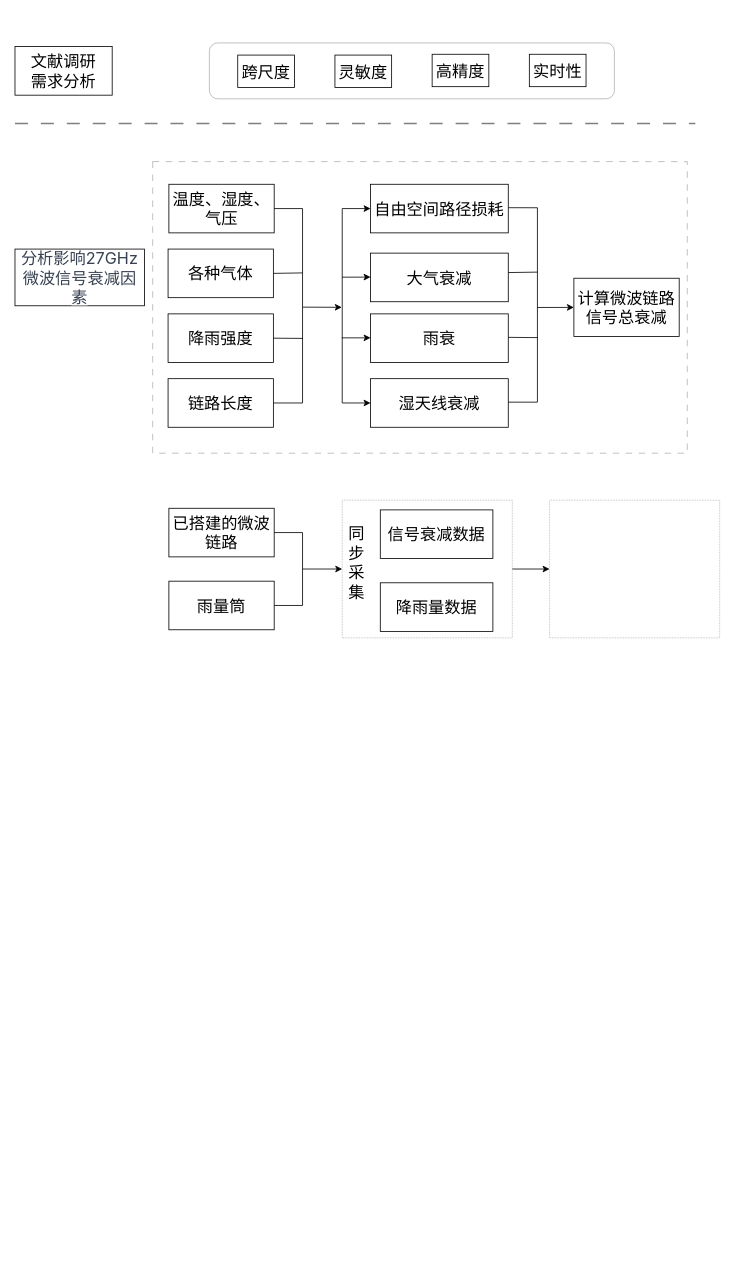
Earlier version of the draw.io diagram 技术路线.drawio (Lu-Ming-Song/C). Source tidied: cells renumbered, new cells numbered last; positions are measured from the earlier drawing's top-left corner, leaving out a move shared by most shapes. Both pictures are drawn from the tidied source at 81%, with x=0, y=0 at pixel (15, 43).
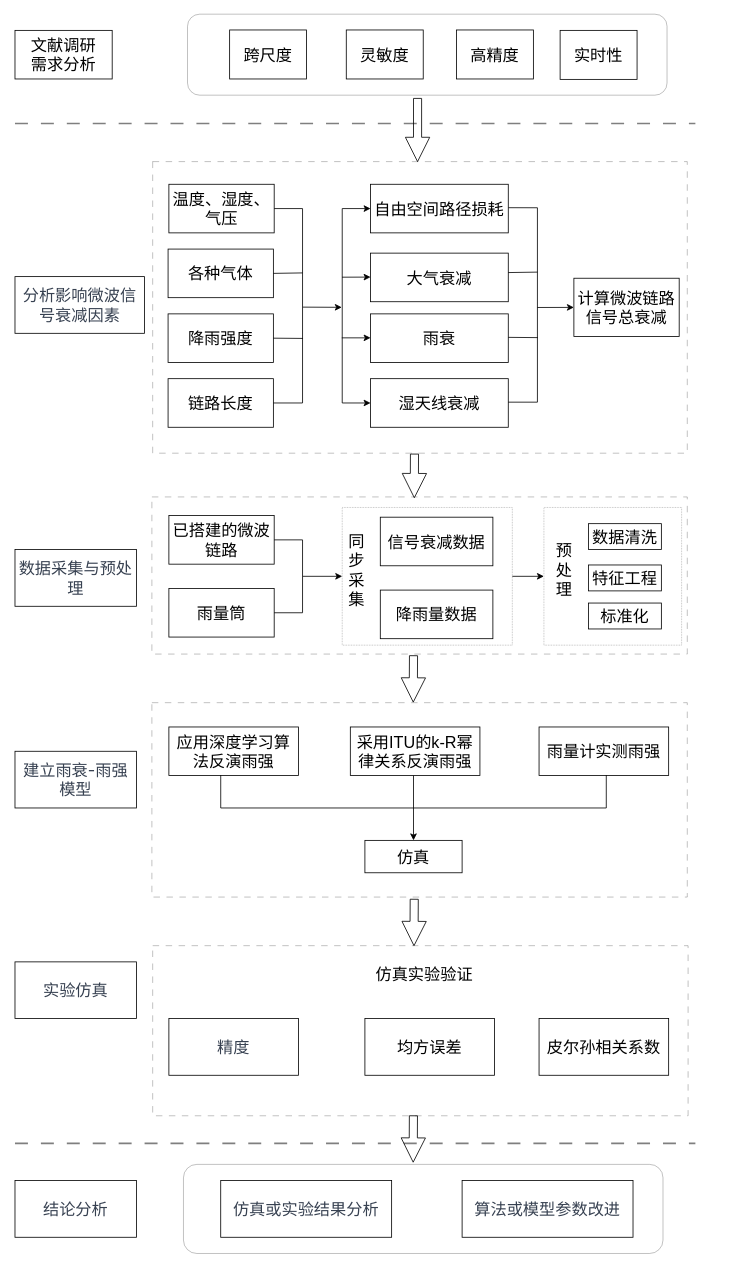
After the change.

Commit message:
更新技术路线.drawio

What changed in the source:
```diff
@@
+    <mxCell id="49" style="rounded=1;whiteSpace=wrap;html=1;opacity=30;" parent="1" vertex="1">
+      <mxGeometry x="213" y="-36" width="592" height="100" as="geometry" />
+    </mxCell>
+    <mxCell id="50" style="rounded=0;whiteSpace=wrap;html=1;dashed=1;dashPattern=8 8;opacity=30;" parent="1" vertex="1">
+      <mxGeometry x="169" y="814" width="661" height="240" as="geometry" />
+    </mxCell>
+    <mxCell id="51" style="rounded=0;whiteSpace=wrap;html=1;dashed=1;dashPattern=8 8;opacity=30;" parent="1" vertex="1">
+      <mxGeometry x="169" y="560" width="661" height="194" as="geometry" />
+    </mxCell>
     <mxCell id="2" value="&lt;font style=&quot;font-size: 20px;&quot;&gt;文献调研&lt;/font&gt;&lt;div style=&quot;font-size: 20px;&quot;&gt;需求分析&lt;/div&gt;" style="whiteSpace=wrap;html=1;" parent="1" vertex="1">
-      <mxGeometry y="4" width="120" height="60" as="geometry" />
+      <mxGeometry y="-16" width="120" height="60" as="geometry" />
     </mxCell>
@@
-    <mxCell id="5" style="rounded=1;whiteSpace=wrap;html=1;opacity=30;" parent="1" vertex="1">
-      <mxGeometry x="240" y="-0.5" width="500" height="69" as="geometry" />
-    </mxCell>
-    <mxCell id="6" value="&lt;span style=&quot;color: rgb(55, 65, 81); font-family: -apple-system, BlinkMacSystemFont, Inter, ui-sans-serif, system-ui, &amp;quot;Segoe UI&amp;quot;, Roboto, Ubuntu, Cantarell, &amp;quot;Noto Sans&amp;quot;, sans-serif, &amp;quot;Helvetica Neue&amp;quot;, Arial, &amp;quot;Apple Color Emoji&amp;quot;, &amp;quot;Segoe UI Emoji&amp;quot;, &amp;quot;Segoe UI Symbol&amp;quot;, &amp;quot;Noto Color Emoji&amp;quot;; text-align: start; white-space-collapse: preserve-breaks; background-color: rgb(255, 255, 255);&quot;&gt;&lt;font style=&quot;font-size: 20px;&quot;&gt;分析影响27GHz微波信号衰减因素&lt;/font&gt;&lt;/span&gt;" style="whiteSpace=wrap;html=1;" parent="1" vertex="1">
-      <mxGeometry y="254" width="160" height="70" as="geometry" />
+    <mxCell id="6" value="&lt;span style=&quot;color: rgb(55, 65, 81); font-family: -apple-system, BlinkMacSystemFont, Inter, ui-sans-serif, system-ui, &amp;quot;Segoe UI&amp;quot;, Roboto, Ubuntu, Cantarell, &amp;quot;Noto Sans&amp;quot;, sans-serif, &amp;quot;Helvetica Neue&amp;quot;, Arial, &amp;quot;Apple Color Emoji&amp;quot;, &amp;quot;Segoe UI Emoji&amp;quot;, &amp;quot;Segoe UI Symbol&amp;quot;, &amp;quot;Noto Color Emoji&amp;quot;; text-align: start; white-space-collapse: preserve-breaks; background-color: rgb(255, 255, 255);&quot;&gt;&lt;font style=&quot;font-size: 20px;&quot;&gt;分析影响微波信号衰减因素&lt;/font&gt;&lt;/span&gt;" style="whiteSpace=wrap;html=1;" parent="1" vertex="1">
+      <mxGeometry y="288" width="160" height="70" as="geometry" />
     </mxCell>
@@
     <mxCell id="33" value="&lt;font style=&quot;font-size: 20px;&quot;&gt;&lt;font style=&quot;font-size: 20px;&quot;&gt;跨尺&lt;/font&gt;度&lt;/font&gt;" style="whiteSpace=wrap;html=1;" parent="1" vertex="1">
-      <mxGeometry x="275" y="14.5" width="70" height="40" as="geometry" />
+      <mxGeometry x="265" y="-16.5" width="95" height="60.5" as="geometry" />
     </mxCell>
-    <mxCell id="34" value="&lt;font style=&quot;font-size: 20px;&quot;&gt;灵敏度&lt;/font&gt;" style="whiteSpace=wrap;html=1;" parent="1" vertex="1">
-      <mxGeometry x="395" y="14.5" width="70" height="40" as="geometry" />
-    </mxCell>
-    <mxCell id="35" value="&lt;font style=&quot;font-size: 20px;&quot;&gt;&lt;font style=&quot;font-size: 20px;&quot;&gt;高精度&lt;/font&gt;&lt;/font&gt;" style="whiteSpace=wrap;html=1;" parent="1" vertex="1">
-      <mxGeometry x="515" y="13.5" width="70" height="40" as="geometry" />
-    </mxCell>
-    <mxCell id="36" value="&lt;span style=&quot;font-size: 20px;&quot;&gt;实时性&lt;/span&gt;" style="whiteSpace=wrap;html=1;" parent="1" vertex="1">
-      <mxGeometry x="635" y="13.5" width="70" height="40" as="geometry" />
-    </mxCell>
     <mxCell id="37" value="&lt;span style=&quot;font-size: 20px;&quot;&gt;已搭建的微波链路&lt;/span&gt;" style="rounded=0;whiteSpace=wrap;html=1;" parent="1" vertex="1">
-      <mxGeometry x="190" y="574" width="130" height="60" as="geometry" />
+      <mxGeometry x="190" y="583" width="130" height="60" as="geometry" />
     </mxCell>
     <mxCell id="38" value="&lt;span style=&quot;font-size: 20px;&quot;&gt;雨量筒&lt;/span&gt;" style="rounded=0;whiteSpace=wrap;html=1;" parent="1" vertex="1">
-      <mxGeometry x="190" y="664" width="130" height="60" as="geometry" />
+      <mxGeometry x="190" y="673" width="130" height="60" as="geometry" />
     </mxCell>
     <mxCell id="39" style="line;strokeWidth=1;direction=south;html=1;" parent="1" vertex="1">
-      <mxGeometry x="350" y="604" width="10" height="90" as="geometry" />
+      <mxGeometry x="350" y="613" width="10" height="90" as="geometry" />
     </mxCell>
@@
     <mxCell id="43" style="rounded=0;whiteSpace=wrap;html=1;dashed=1;dashPattern=1 1;opacity=30;" parent="1" vertex="1">
-      <mxGeometry x="404" y="564" width="210" height="170" as="geometry" />
+      <mxGeometry x="404" y="573" width="210" height="170" as="geometry" />
     </mxCell>
     <mxCell id="44" value="&lt;span style=&quot;font-size: 20px;&quot;&gt;信号衰减数据&lt;/span&gt;" style="rounded=0;whiteSpace=wrap;html=1;" parent="1" vertex="1">
-      <mxGeometry x="451" y="576" width="139" height="60" as="geometry" />
+      <mxGeometry x="451" y="585" width="139" height="60" as="geometry" />
     </mxCell>
     <mxCell id="45" value="&lt;span style=&quot;font-size: 20px;&quot;&gt;降雨量数据&lt;/span&gt;" style="rounded=0;whiteSpace=wrap;html=1;" parent="1" vertex="1">
-      <mxGeometry x="451" y="666" width="139" height="60" as="geometry" />
+      <mxGeometry x="451" y="675" width="139" height="60" as="geometry" />
     </mxCell>
     <mxCell id="46" value="&lt;font style=&quot;font-size: 20px;&quot;&gt;同步采集&lt;/font&gt;" style="text;html=1;align=center;verticalAlign=middle;whiteSpace=wrap;rounded=0;" parent="1" vertex="1">
-      <mxGeometry x="417" y="586" width="10" height="110" as="geometry" />
+      <mxGeometry x="417" y="595" width="10" height="110" as="geometry" />
     </mxCell>
     <mxCell id="47" style="rounded=0;whiteSpace=wrap;html=1;dashed=1;dashPattern=1 1;opacity=30;" parent="1" vertex="1">
-      <mxGeometry x="660" y="564" width="210" height="170" as="geometry" />
+      <mxGeometry x="653" y="573" width="170" height="170" as="geometry" />
     </mxCell>
@@
+    <mxCell id="52" value="&lt;span style=&quot;font-size: 20px;&quot;&gt;预处理&lt;/span&gt;" style="text;html=1;align=center;verticalAlign=middle;whiteSpace=wrap;rounded=0;" parent="1" vertex="1">
+      <mxGeometry x="673" y="595" width="10" height="110" as="geometry" />
+    </mxCell>
+    <mxCell id="53" value="&lt;span style=&quot;font-size: 20px;&quot;&gt;数据清洗&lt;/span&gt;" style="rounded=0;whiteSpace=wrap;html=1;" parent="1" vertex="1">
+      <mxGeometry x="708" y="593" width="90" height="32" as="geometry" />
+    </mxCell>
+    <mxCell id="54" value="&lt;span style=&quot;font-size: 20px;&quot;&gt;特征工程&lt;/span&gt;" style="rounded=0;whiteSpace=wrap;html=1;" parent="1" vertex="1">
+      <mxGeometry x="708" y="644" width="90" height="32" as="geometry" />
+    </mxCell>
+    <mxCell id="55" value="&lt;span style=&quot;font-size: 20px;&quot;&gt;标准化&lt;/span&gt;" style="rounded=0;whiteSpace=wrap;html=1;" parent="1" vertex="1">
+      <mxGeometry x="708" y="691" width="90" height="32" as="geometry" />
+    </mxCell>
+    <mxCell id="56" style="endArrow=none;html=1;rounded=0;shape=arrow;exitX=0.52;exitY=1.003;exitDx=0;exitDy=0;exitPerimeter=0;" parent="1" edge="1">
+      <mxGeometry relative="1" as="geometry">
+        <mxPoint x="493.2" y="507.1" as="sourcePoint" />
+        <mxPoint x="493" y="561" as="targetPoint" />
+      </mxGeometry>
+    </mxCell>
+    <mxCell id="57" value="&lt;div style=&quot;&quot;&gt;&lt;font face=&quot;-apple-system, BlinkMacSystemFont, Inter, ui-sans-serif, system-ui, Segoe UI, Roboto, Ubuntu, Cantarell, Noto Sans, sans-serif, Helvetica Neue, Arial, Apple Color Emoji, Segoe UI Emoji, Segoe UI Symbol, Noto Color Emoji&quot; color=&quot;#374151&quot;&gt;&lt;span style=&quot;font-size: 20px; white-space-collapse: preserve-breaks; background-color: rgb(255, 255, 255);&quot;&gt;数据采集与预处理&lt;/span&gt;&lt;/font&gt;&lt;/div&gt;" style="whiteSpace=wrap;html=1;align=center;" parent="1" vertex="1">
+      <mxGeometry y="625" width="150" height="70" as="geometry" />
+    </mxCell>
+    <mxCell id="58" value="&lt;div style=&quot;&quot;&gt;&lt;font face=&quot;-apple-system, BlinkMacSystemFont, Inter, ui-sans-serif, system-ui, Segoe UI, Roboto, Ubuntu, Cantarell, Noto Sans, sans-serif, Helvetica Neue, Arial, Apple Color Emoji, Segoe UI Emoji, Segoe UI Symbol, Noto Color Emoji&quot; color=&quot;#374151&quot;&gt;&lt;span style=&quot;font-size: 20px; white-space-collapse: preserve-breaks; background-color: rgb(255, 255, 255);&quot;&gt;建立雨衰-雨强模型&lt;/span&gt;&lt;/font&gt;&lt;/div&gt;" style="whiteSpace=wrap;html=1;align=center;" parent="1" vertex="1">
+      <mxGeometry y="874" width="150" height="70" as="geometry" />
+    </mxCell>
+    <mxCell id="59" value="&lt;span style=&quot;font-size: 20px;&quot;&gt;应用深度学习算法反演雨强&lt;/span&gt;" style="rounded=0;whiteSpace=wrap;html=1;" parent="1" vertex="1">
+      <mxGeometry x="190" y="844" width="160" height="60" as="geometry" />
+    </mxCell>
+    <mxCell id="60" value="&lt;span style=&quot;font-size: 20px;&quot;&gt;采用ITU的k-R幂律关系反演雨强&lt;/span&gt;" style="rounded=0;whiteSpace=wrap;html=1;" parent="1" vertex="1">
+      <mxGeometry x="414" y="844" width="160" height="60" as="geometry" />
+    </mxCell>
+    <mxCell id="61" value="&lt;span style=&quot;font-size: 20px;&quot;&gt;雨量计实测雨强&lt;/span&gt;" style="rounded=0;whiteSpace=wrap;html=1;" parent="1" vertex="1">
+      <mxGeometry x="647" y="844" width="160" height="60" as="geometry" />
+    </mxCell>
+    <mxCell id="62" style="shape=partialRectangle;whiteSpace=wrap;html=1;bottom=1;right=1;left=1;top=0;fillColor=none;routingCenterX=-0.5;" parent="1" vertex="1">
+      <mxGeometry x="254" y="904" width="476" height="40" as="geometry" />
+    </mxCell>
+    <mxCell id="63" value="&lt;span style=&quot;font-size: 20px;&quot;&gt;仿真&lt;/span&gt;" style="rounded=0;whiteSpace=wrap;html=1;" parent="1" vertex="1">
+      <mxGeometry x="432" y="984" width="120" height="40" as="geometry" />
+    </mxCell>
+    <mxCell id="64" style="endArrow=classic;html=1;rounded=0;exitX=0.5;exitY=0;exitDx=0;exitDy=0;" parent="1" edge="1" source="62" target="63">
+      <mxGeometry relative="1" as="geometry" />
+    </mxCell>
+    <mxCell id="65" style="endArrow=none;html=1;rounded=0;shape=arrow;exitX=0.52;exitY=1.003;exitDx=0;exitDy=0;exitPerimeter=0;entryX=0.52;entryY=-0.007;entryDx=0;entryDy=0;entryPerimeter=0;" parent="1" edge="1">
+      <mxGeometry relative="1" as="geometry">
+        <mxPoint x="492" y="756" as="sourcePoint" />
+        <mxPoint x="491.7" y="813.3" as="targetPoint" />
+      </mxGeometry>
+    </mxCell>
+    <mxCell id="66" style="endArrow=none;html=1;rounded=0;shape=arrow;" parent="1" edge="1">
+      <mxGeometry relative="1" as="geometry">
+        <mxPoint x="497" y="68" as="sourcePoint" />
+        <mxPoint x="497" y="146" as="targetPoint" />
+      </mxGeometry>
+    </mxCell>
+    <mxCell id="67" value="&lt;div style=&quot;&quot;&gt;&lt;font face=&quot;-apple-system, BlinkMacSystemFont, Inter, ui-sans-serif, system-ui, Segoe UI, Roboto, Ubuntu, Cantarell, Noto Sans, sans-serif, Helvetica Neue, Arial, Apple Color Emoji, Segoe UI Emoji, Segoe UI Symbol, Noto Color Emoji&quot; color=&quot;#374151&quot;&gt;&lt;span style=&quot;font-size: 20px; white-space-collapse: preserve-breaks; background-color: rgb(255, 255, 255);&quot;&gt;实验仿真&lt;/span&gt;&lt;/font&gt;&lt;/div&gt;" style="whiteSpace=wrap;html=1;align=center;" parent="1" vertex="1">
+      <mxGeometry y="1134" width="150" height="70" as="geometry" />
+    </mxCell>
+    <mxCell id="68" style="rounded=0;whiteSpace=wrap;html=1;dashed=1;dashPattern=8 8;opacity=30;" parent="1" vertex="1">
+      <mxGeometry x="170" y="1114" width="661" height="210" as="geometry" />
+    </mxCell>
+    <mxCell id="69" value="&lt;font style=&quot;font-size: 20px;&quot;&gt;仿真实验验证&lt;/font&gt;" style="text;html=1;align=center;verticalAlign=middle;whiteSpace=wrap;rounded=0;" parent="1" vertex="1">
+      <mxGeometry x="414" y="1134" width="183" height="30" as="geometry" />
+    </mxCell>
+    <mxCell id="70" value="&lt;div style=&quot;&quot;&gt;&lt;font face=&quot;-apple-system, BlinkMacSystemFont, Inter, ui-sans-serif, system-ui, Segoe UI, Roboto, Ubuntu, Cantarell, Noto Sans, sans-serif, Helvetica Neue, Arial, Apple Color Emoji, Segoe UI Emoji, Segoe UI Symbol, Noto Color Emoji&quot; color=&quot;#374151&quot;&gt;&lt;span style=&quot;font-size: 20px; white-space-collapse: preserve-breaks; background-color: rgb(255, 255, 255);&quot;&gt;精度&lt;/span&gt;&lt;/font&gt;&lt;/div&gt;" style="whiteSpace=wrap;html=1;align=center;" parent="1" vertex="1">
+      <mxGeometry x="190" y="1204" width="160" height="70" as="geometry" />
+    </mxCell>
+    <mxCell id="71" value="&lt;font style=&quot;font-size: 20px;&quot;&gt;均方误差&lt;/font&gt;" style="whiteSpace=wrap;html=1;align=center;" parent="1" vertex="1">
+      <mxGeometry x="432" y="1204" width="160" height="70" as="geometry" />
+    </mxCell>
+    <mxCell id="72" value="&lt;div style=&quot;text-align: start;&quot;&gt;&lt;font style=&quot;font-size: 20px;&quot;&gt;皮尔孙相关系数&lt;/font&gt;&lt;/div&gt;" style="whiteSpace=wrap;html=1;align=center;" parent="1" vertex="1">
+      <mxGeometry x="647" y="1204" width="160" height="70" as="geometry" />
+    </mxCell>
+    <mxCell id="73" value="&lt;div style=&quot;&quot;&gt;&lt;font face=&quot;-apple-system, BlinkMacSystemFont, Inter, ui-sans-serif, system-ui, Segoe UI, Roboto, Ubuntu, Cantarell, Noto Sans, sans-serif, Helvetica Neue, Arial, Apple Color Emoji, Segoe UI Emoji, Segoe UI Symbol, Noto Color Emoji&quot; color=&quot;#374151&quot;&gt;&lt;span style=&quot;font-size: 20px; white-space-collapse: preserve-breaks; background-color: rgb(255, 255, 255);&quot;&gt;结论分析&lt;/span&gt;&lt;/font&gt;&lt;/div&gt;" style="whiteSpace=wrap;html=1;align=center;" parent="1" vertex="1">
+      <mxGeometry y="1404" width="150" height="70" as="geometry" />
+    </mxCell>
+    <mxCell id="74" style="line;strokeWidth=2;html=1;perimeter=backbonePerimeter;opacity=50;dashed=1;dashPattern=8 8;" parent="1" vertex="1">
+      <mxGeometry y="1353" width="840" height="10" as="geometry" />
+    </mxCell>
+    <mxCell id="75" style="rounded=1;whiteSpace=wrap;html=1;opacity=30;" parent="1" vertex="1">
+      <mxGeometry x="208" y="1384" width="592" height="110" as="geometry" />
+    </mxCell>
+    <mxCell id="76" value="&lt;div style=&quot;&quot;&gt;&lt;font face=&quot;-apple-system, BlinkMacSystemFont, Inter, ui-sans-serif, system-ui, Segoe UI, Roboto, Ubuntu, Cantarell, Noto Sans, sans-serif, Helvetica Neue, Arial, Apple Color Emoji, Segoe UI Emoji, Segoe UI Symbol, Noto Color Emoji&quot; color=&quot;#374151&quot;&gt;&lt;span style=&quot;font-size: 20px; white-space-collapse: preserve-breaks; background-color: rgb(255, 255, 255);&quot;&gt;仿真或实验结果分析&lt;/span&gt;&lt;/font&gt;&lt;/div&gt;" style="whiteSpace=wrap;html=1;align=center;" parent="1" vertex="1">
+      <mxGeometry x="254" y="1404" width="211" height="70" as="geometry" />
+    </mxCell>
+    <mxCell id="77" value="&lt;div style=&quot;&quot;&gt;&lt;font face=&quot;-apple-system, BlinkMacSystemFont, Inter, ui-sans-serif, system-ui, Segoe UI, Roboto, Ubuntu, Cantarell, Noto Sans, sans-serif, Helvetica Neue, Arial, Apple Color Emoji, Segoe UI Emoji, Segoe UI Symbol, Noto Color Emoji&quot; color=&quot;#374151&quot;&gt;&lt;span style=&quot;font-size: 20px; white-space-collapse: preserve-breaks; background-color: rgb(255, 255, 255);&quot;&gt;算法或模型参数改进&lt;/span&gt;&lt;/font&gt;&lt;/div&gt;" style="whiteSpace=wrap;html=1;align=center;" parent="1" vertex="1">
+      <mxGeometry x="552" y="1404" width="211" height="70" as="geometry" />
+    </mxCell>
+    <mxCell id="34" value="&lt;span style=&quot;font-size: 20px;&quot;&gt;灵敏度&lt;/span&gt;" style="whiteSpace=wrap;html=1;" parent="1" vertex="1">
+      <mxGeometry x="409" y="-16.5" width="95" height="60.5" as="geometry" />
+    </mxCell>
+    <mxCell id="35" value="&lt;span style=&quot;font-size: 20px;&quot;&gt;高精度&lt;/span&gt;" style="whiteSpace=wrap;html=1;" parent="1" vertex="1">
+      <mxGeometry x="545" y="-16.5" width="95" height="60.5" as="geometry" />
+    </mxCell>
+    <mxCell id="36" value="&lt;span style=&quot;font-size: 20px;&quot;&gt;实时性&lt;/span&gt;" style="whiteSpace=wrap;html=1;" parent="1" vertex="1">
+      <mxGeometry x="673" y="-16" width="95" height="60.5" as="geometry" />
+    </mxCell>
+    <mxCell id="78" style="endArrow=none;html=1;rounded=0;shape=arrow;exitX=0.52;exitY=1.003;exitDx=0;exitDy=0;exitPerimeter=0;entryX=0.52;entryY=-0.007;entryDx=0;entryDy=0;entryPerimeter=0;" parent="1" edge="1">
+      <mxGeometry relative="1" as="geometry">
+        <mxPoint x="492.9" y="1056.7" as="sourcePoint" />
+        <mxPoint x="492.6" y="1114" as="targetPoint" />
+      </mxGeometry>
+    </mxCell>
+    <mxCell id="79" style="endArrow=none;html=1;rounded=0;shape=arrow;exitX=0.52;exitY=1.003;exitDx=0;exitDy=0;exitPerimeter=0;entryX=0.52;entryY=-0.007;entryDx=0;entryDy=0;entryPerimeter=0;" parent="1" edge="1">
+      <mxGeometry relative="1" as="geometry">
+        <mxPoint x="491.9" y="1324" as="sourcePoint" />
+        <mxPoint x="491.6" y="1381.3" as="targetPoint" />
+      </mxGeometry>
+    </mxCell>
```
